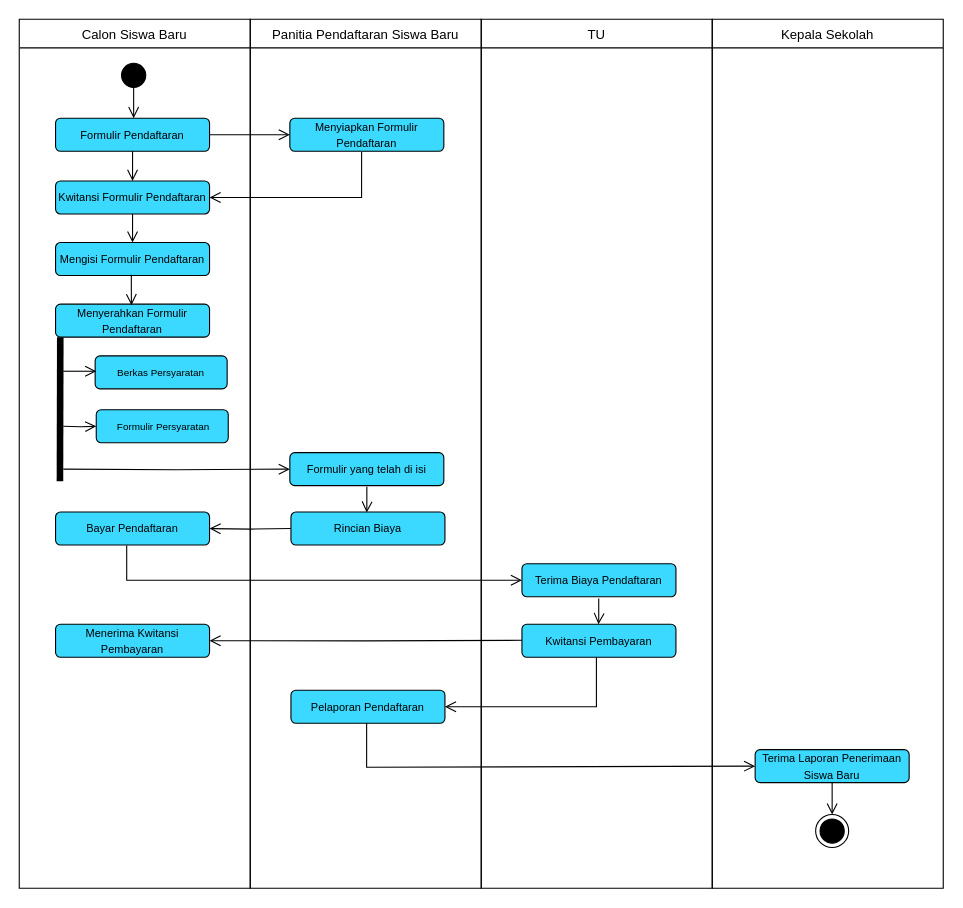
Before: activity.drawio in danangsptro/register-vhs, a draw.io diagram. Source tidied: cells renumbered, new cells numbered last; positions are measured from the earlier drawing's top-left corner, leaving out a move shared by most shapes. Both pictures are drawn from the tidied source at 110%, with x=0, y=0 at pixel (19, 19).
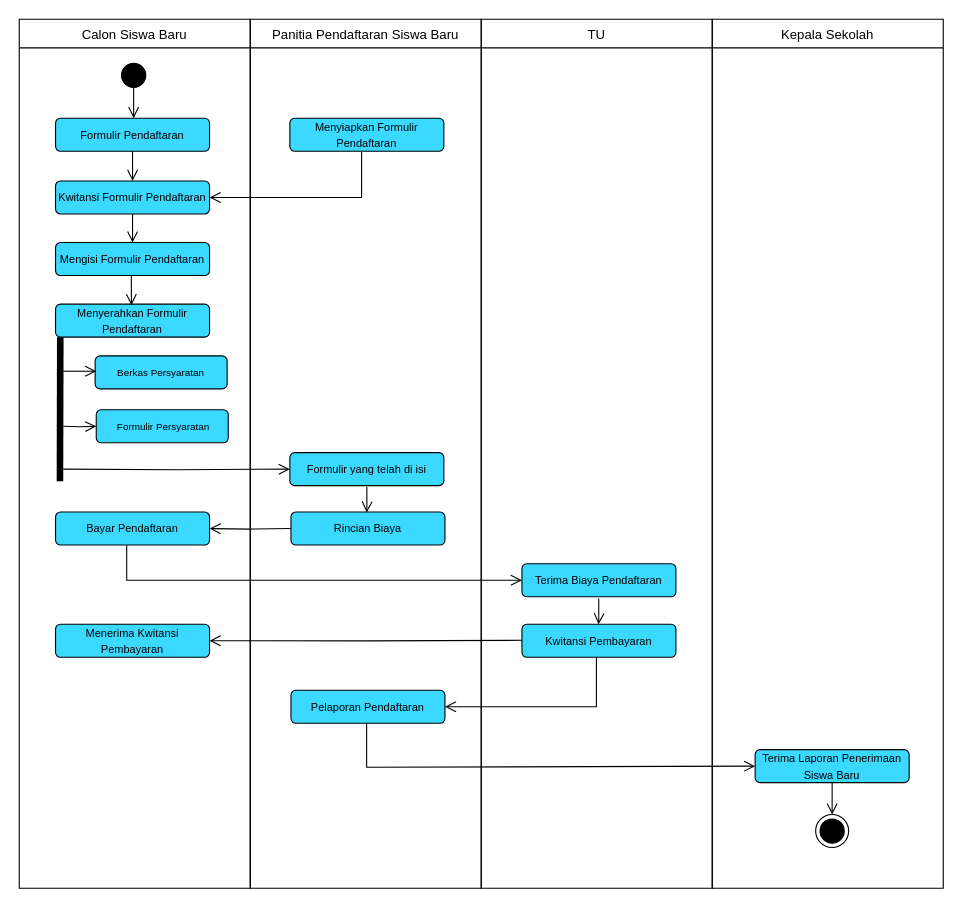
The same diagram, later.

Unchanged cells that the change refers to:
```xml
<mxCell id="5" value="&lt;font style=&quot;font-size: 10px;&quot;&gt;Formulir Pendaftaran&lt;/font&gt;" style="rounded=1;whiteSpace=wrap;html=1;strokeColor=default;fillColor=#3BD8FF;gradientColor=none;" parent="1" vertex="1">
  <mxGeometry x="33" y="90" width="140" height="30" as="geometry" />
</mxCell>
<mxCell id="12" value="&lt;font style=&quot;font-size: 10px;&quot;&gt;Menyiapkan Formulir Pendaftaran&lt;/font&gt;" style="rounded=1;whiteSpace=wrap;html=1;strokeColor=default;fillColor=#3BD8FF;gradientColor=none;" parent="1" vertex="1">
  <mxGeometry x="246" y="90" width="140" height="30" as="geometry" />
</mxCell>
```

The edit, as a diff of the source:
```diff
@@
-    <mxCell id="13" style="edgeStyle=orthogonalEdgeStyle;html=1;verticalAlign=bottom;endArrow=open;endSize=8;strokeColor=#000000;rounded=0;entryX=0;entryY=0.5;entryDx=0;entryDy=0;exitX=1;exitY=0.5;exitDx=0;exitDy=0;" parent="1" edge="1" source="5" target="12">
-      <mxGeometry relative="1" as="geometry" />
-    </mxCell>
```
